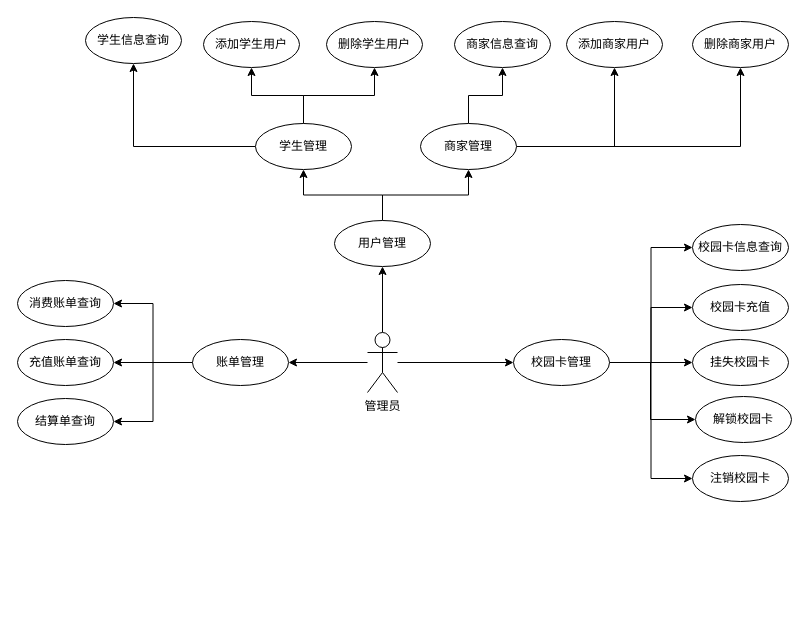
Before: ER-Charts/用例图-管理员.drawio in ShiaoYoung/Database-course_design, a draw.io diagram. Source tidied: cells renumbered, new cells numbered last; positions are measured from the earlier drawing's top-left corner, leaving out a move shared by most shapes. Both pictures are drawn from the tidied source at 100%, with x=0, y=0 at pixel (17, 17).
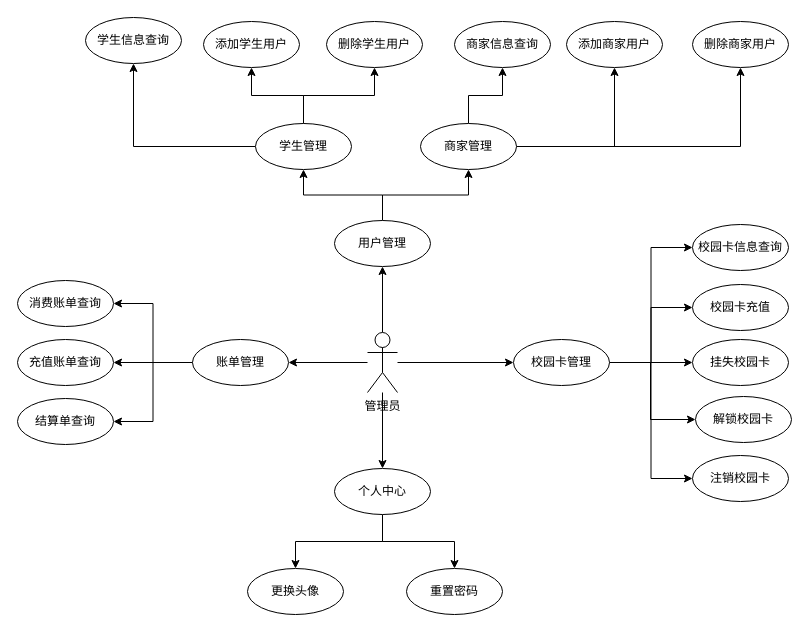
The same diagram, later.

Commit message:
更新用例图-管理员.drawio

Unchanged cells that the change refers to:
```xml
<mxCell id="5" value="管理员" style="shape=umlActor;verticalLabelPosition=bottom;verticalAlign=top;html=1;outlineConnect=0;" parent="1" vertex="1">
  <mxGeometry x="350" y="315" width="30" height="60" as="geometry" />
</mxCell>
```

The edit, as a diff of the source:
```diff
@@
+    <mxCell id="42" style="edgeStyle=orthogonalEdgeStyle;rounded=0;jettySize=auto;html=1;entryX=0.5;entryY=0;entryDx=0;entryDy=0;" parent="1" edge="1" source="5" target="45">
+      <mxGeometry relative="1" as="geometry" />
+    </mxCell>
@@
+    <mxCell id="43" style="edgeStyle=orthogonalEdgeStyle;rounded=0;jettySize=auto;html=1;entryX=0.5;entryY=0;entryDx=0;entryDy=0;" parent="1" edge="1" source="45" target="46">
+      <mxGeometry relative="1" as="geometry" />
+    </mxCell>
+    <mxCell id="44" style="edgeStyle=orthogonalEdgeStyle;rounded=0;jettySize=auto;html=1;entryX=0.5;entryY=0;entryDx=0;entryDy=0;" parent="1" edge="1" source="45" target="47">
+      <mxGeometry relative="1" as="geometry" />
+    </mxCell>
+    <mxCell id="45" value="个人中心" style="ellipse;whiteSpace=wrap;html=1;" parent="1" vertex="1">
+      <mxGeometry x="317" y="451" width="96" height="46" as="geometry" />
+    </mxCell>
+    <mxCell id="46" value="更换头像" style="ellipse;whiteSpace=wrap;html=1;" parent="1" vertex="1">
+      <mxGeometry x="230" y="551" width="96" height="46" as="geometry" />
+    </mxCell>
+    <mxCell id="47" value="重置密码" style="ellipse;whiteSpace=wrap;html=1;" parent="1" vertex="1">
+      <mxGeometry x="389" y="551" width="96" height="46" as="geometry" />
+    </mxCell>
```
